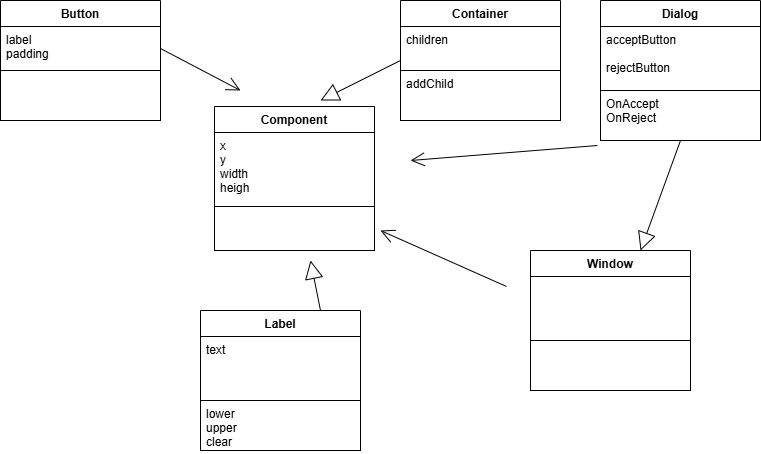
Before: prevgo/drawio.png, a diagram exported from draw.io (hashiprobr-classroom/aps-5-aps5-hg). Source tidied: cells renumbered, new cells last; positions are measured from the earlier drawing's top-left corner, leaving out a move shared by most shapes.
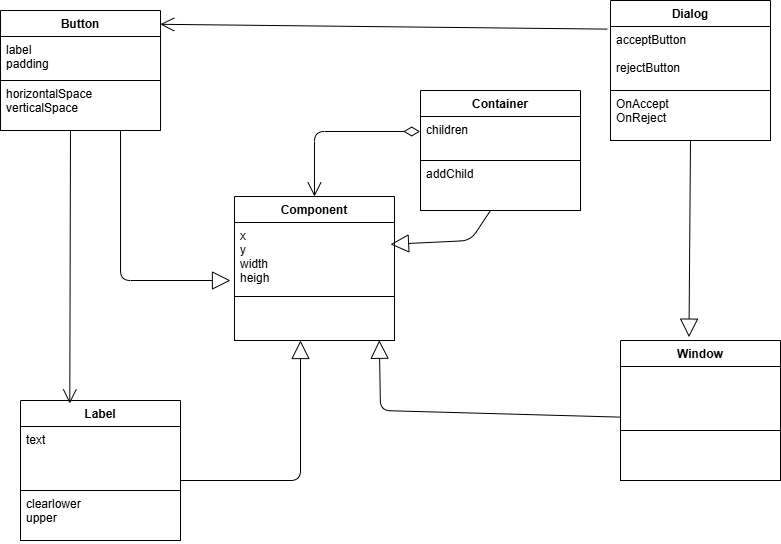
The same diagram one commit later.

Diff of the diagram source:
```diff
@@ -3,22 +3,17 @@
     <mxCell id="0" />
     <mxCell id="1" parent="0" />
     <mxCell id="2" value="Button" style="swimlane;fontStyle=1;align=center;verticalAlign=top;horizontal=1;startSize=26;fontColor=#000000;strokeColor=#000000;fillColor=#FFFFFF;" parent="1" vertex="1">
-      <mxGeometry width="160" height="120" as="geometry" />
+      <mxGeometry x="-20" y="-80" width="160" height="120" as="geometry" />
     </mxCell>
     <mxCell id="3" value="label &#10;padding" style="text;strokeColor=#000000;fillColor=#FFFFFF;align=left;verticalAlign=top;spacingLeft=4;spacingRight=4;overflow=hidden;points=[[0,0.5],[1,0.5]];portConstraint=eastwest;fontColor=#000000;" parent="2" vertex="1">
       <mxGeometry y="26" width="160" height="44" as="geometry" />
     </mxCell>
-    <mxCell id="4" style="text;strokeColor=#000000;fillColor=#FFFFFF;align=left;verticalAlign=top;spacingLeft=4;spacingRight=4;overflow=hidden;fontColor=#000000;" parent="2" vertex="1">
+    <mxCell id="4" value="horizontalSpace&#10;verticalSpace" style="text;strokeColor=#000000;fillColor=#FFFFFF;align=left;verticalAlign=top;spacingLeft=4;spacingRight=4;overflow=hidden;fontColor=#000000;" parent="2" vertex="1">
       <mxGeometry y="70" width="160" height="50" as="geometry" />
     </mxCell>
     <mxCell id="5" value="Component" style="swimlane;fontStyle=1;align=center;verticalAlign=top;horizontal=1;startSize=26;fontColor=#000000;strokeColor=#000000;fillColor=#FFFFFF;" parent="1" vertex="1">
       <mxGeometry x="214" y="106" width="160" height="144" as="geometry" />
     </mxCell>
-    <mxCell id="6" style="endArrow=block;endSize=16;endFill=0;html=1;strokeColor=#000000;fontColor=#000000;labelBackgroundColor=#FFFFFF;exitX=0;exitY=0.5;exitDx=0;exitDy=0;" parent="5" edge="1" source="9">
-      <mxGeometry relative="1" as="geometry">
-        <mxPoint x="106" y="-6" as="targetPoint" />
-      </mxGeometry>
-    </mxCell>
     <mxCell id="7" value="x&#10;y&#10;width&#10;heigh" style="text;strokeColor=#000000;fillColor=#FFFFFF;align=left;verticalAlign=top;spacingLeft=4;spacingRight=4;overflow=hidden;points=[[0,0.5],[1,0.5]];portConstraint=eastwest;fontColor=#000000;" parent="5" vertex="1">
       <mxGeometry y="26" width="160" height="74" as="geometry" />
     </mxCell>
@@ -35,7 +30,7 @@
       <mxGeometry y="70" width="160" height="50" as="geometry" />
     </mxCell>
     <mxCell id="12" value="Dialog" style="swimlane;fontStyle=1;align=center;verticalAlign=top;horizontal=1;startSize=26;fontColor=#000000;strokeColor=#000000;fillColor=#FFFFFF;" parent="1" vertex="1">
-      <mxGeometry x="600" width="160" height="140" as="geometry" />
+      <mxGeometry x="590" y="-90" width="160" height="140" as="geometry" />
     </mxCell>
     <mxCell id="13" value="acceptButton&#10;&#10;rejectButton" style="text;strokeColor=#000000;fillColor=#FFFFFF;align=left;verticalAlign=top;spacingLeft=4;spacingRight=4;overflow=hidden;points=[[0,0.5],[1,0.5]];portConstraint=eastwest;fontColor=#000000;" parent="12" vertex="1">
       <mxGeometry y="26" width="160" height="64" as="geometry" />
@@ -43,13 +38,8 @@
     <mxCell id="14" value="OnAccept&#10;OnReject" style="text;strokeColor=#000000;fillColor=#FFFFFF;align=left;verticalAlign=top;spacingLeft=4;spacingRight=4;overflow=hidden;points=[[0,0.5],[1,0.5]];portConstraint=eastwest;fontColor=#000000;" parent="12" vertex="1">
       <mxGeometry y="90" width="160" height="50" as="geometry" />
     </mxCell>
-    <mxCell id="15" style="endArrow=open;endFill=1;endSize=12;html=1;fontColor=#000000;strokeColor=#000000;exitX=1;exitY=0.5;exitDx=0;exitDy=0;" parent="1" edge="1" source="3">
-      <mxGeometry relative="1" as="geometry">
-        <mxPoint x="240" y="90" as="targetPoint" />
-      </mxGeometry>
-    </mxCell>
     <mxCell id="16" value="Window" style="swimlane;fontStyle=1;align=center;verticalAlign=top;horizontal=1;startSize=26;fontColor=#000000;strokeColor=#000000;fillColor=#FFFFFF;" parent="1" vertex="1">
-      <mxGeometry x="530" y="250" width="160" height="140" as="geometry" />
+      <mxGeometry x="600" y="250" width="160" height="140" as="geometry" />
     </mxCell>
     <mxCell id="17" style="text;strokeColor=#000000;fillColor=#FFFFFF;align=left;verticalAlign=top;spacingLeft=4;spacingRight=4;overflow=hidden;points=[[0,0.5],[1,0.5]];portConstraint=eastwest;fontColor=#000000;" parent="16" vertex="1">
       <mxGeometry y="26" width="160" height="64" as="geometry" />
@@ -58,34 +48,59 @@
       <mxGeometry y="90" width="160" height="50" as="geometry" />
     </mxCell>
     <mxCell id="19" value="Label" style="swimlane;fontStyle=1;align=center;verticalAlign=top;horizontal=1;startSize=26;fontColor=#000000;strokeColor=#000000;fillColor=#FFFFFF;" parent="1" vertex="1">
-      <mxGeometry x="200" y="310" width="160" height="140" as="geometry" />
+      <mxGeometry y="310" width="160" height="140" as="geometry" />
     </mxCell>
     <mxCell id="20" value="text" style="text;strokeColor=#000000;fillColor=#FFFFFF;align=left;verticalAlign=top;spacingLeft=4;spacingRight=4;overflow=hidden;fontColor=#000000;" parent="19" vertex="1">
       <mxGeometry y="26" width="160" height="64" as="geometry" />
     </mxCell>
-    <mxCell id="21" value="lower&#10;upper &#10;clear" style="text;strokeColor=#000000;fillColor=#FFFFFF;align=left;verticalAlign=top;spacingLeft=4;spacingRight=4;overflow=hidden;fontColor=#000000;" parent="19" vertex="1">
+    <mxCell id="21" value="clearlower&#10;upper &#10;" style="text;strokeColor=#000000;fillColor=#FFFFFF;align=left;verticalAlign=top;spacingLeft=4;spacingRight=4;overflow=hidden;fontColor=#000000;" parent="19" vertex="1">
       <mxGeometry y="90" width="160" height="50" as="geometry" />
     </mxCell>
-    <mxCell id="22" style="endArrow=block;endSize=16;endFill=0;html=1;strokeColor=#000000;fontColor=#000000;labelBackgroundColor=#FFFFFF;exitX=0.5;exitY=1;exitDx=0;exitDy=0;" parent="1" edge="1" source="12">
-      <mxGeometry relative="1" as="geometry">
-        <mxPoint x="640" y="250" as="targetPoint" />
-      </mxGeometry>
+    <mxCell id="22" style="endArrow=block;endSize=16;endFill=0;html=1;strokeColor=#000000;fontColor=#000000;labelBackgroundColor=#FFFFFF;exitX=0.5;exitY=1;exitDx=0;exitDy=0;entryX=0.428;entryY=-0.024;entryDx=0;entryDy=0;entryPerimeter=0;" parent="1" edge="1" source="12" target="16">
+      <mxGeometry relative="1" as="geometry" />
     </mxCell>
-    <mxCell id="23" style="endArrow=open;endFill=1;endSize=12;html=1;fontColor=#000000;strokeColor=#000000;entryX=1;entryY=0.75;entryDx=0;entryDy=0;" parent="1" edge="1">
-      <mxGeometry relative="1" as="geometry">
-        <mxPoint x="506" y="286" as="sourcePoint" />
-        <mxPoint x="380" y="230" as="targetPoint" />
-      </mxGeometry>
-    </mxCell>
-    <mxCell id="24" style="endArrow=open;endFill=1;endSize=12;html=1;fontColor=#000000;strokeColor=#000000;exitX=-0.019;exitY=1.1;exitDx=0;exitDy=0;exitPerimeter=0;" parent="1" edge="1" source="14">
-      <mxGeometry relative="1" as="geometry">
-        <mxPoint x="410" y="160" as="targetPoint" />
-      </mxGeometry>
-    </mxCell>
-    <mxCell id="25" style="endArrow=block;endSize=16;endFill=0;html=1;strokeColor=#000000;fontColor=#000000;labelBackgroundColor=#FFFFFF;exitX=0.75;exitY=0;exitDx=0;exitDy=0;" parent="1" edge="1" source="19">
+    <mxCell id="25" style="endArrow=block;endSize=16;endFill=0;html=1;strokeColor=#000000;fontColor=#000000;labelBackgroundColor=#FFFFFF;" parent="1" edge="1">
       <mxGeometry relative="1" as="geometry">
-        <mxPoint x="310" y="260" as="targetPoint" />
+        <mxPoint x="160" y="390" as="sourcePoint" />
+        <mxPoint x="280" y="250" as="targetPoint" />
+        <Array as="points">
+          <mxPoint x="280" y="390" />
+        </Array>
       </mxGeometry>
     </mxCell>
+    <mxCell id="26" style="endArrow=block;endSize=16;endFill=0;html=1;strokeColor=#000000;fontColor=#000000;labelBackgroundColor=#FFFFFF;exitX=0.75;exitY=1;exitDx=0;exitDy=0;" parent="1" edge="1" source="2">
+      <mxGeometry relative="1" as="geometry">
+        <mxPoint x="210" y="190" as="targetPoint" />
+        <Array as="points">
+          <mxPoint x="100" y="190" />
+        </Array>
+      </mxGeometry>
+    </mxCell>
+    <mxCell id="27" style="endArrow=open;endFill=1;endSize=12;html=1;fontColor=#000000;strokeColor=#000000;entryX=0.308;entryY=0.021;entryDx=0;entryDy=0;entryPerimeter=0;" parent="1" edge="1" target="19">
+      <mxGeometry relative="1" as="geometry">
+        <mxPoint x="50" y="40" as="sourcePoint" />
+      </mxGeometry>
+    </mxCell>
+    <mxCell id="28" style="endArrow=open;endFill=1;endSize=12;html=1;fontColor=#000000;strokeColor=#000000;entryX=0.998;entryY=0.115;entryDx=0;entryDy=0;entryPerimeter=0;exitX=-0.02;exitY=0.041;exitDx=0;exitDy=0;exitPerimeter=0;" parent="1" edge="1" source="13" target="2">
+      <mxGeometry relative="1" as="geometry" />
+    </mxCell>
+    <mxCell id="29" style="endArrow=block;endSize=16;endFill=0;html=1;strokeColor=#000000;fontColor=#000000;labelBackgroundColor=#FFFFFF;entryX=0.905;entryY=0.995;entryDx=0;entryDy=0;exitX=-0.002;exitY=0.791;exitDx=0;exitDy=0;entryPerimeter=0;exitPerimeter=0;" parent="1" edge="1" source="17" target="8">
+      <mxGeometry relative="1" as="geometry">
+        <Array as="points">
+          <mxPoint x="360" y="320" />
+        </Array>
+      </mxGeometry>
+    </mxCell>
+    <mxCell id="30" style="endArrow=open;html=1;endSize=12;startArrow=diamondThin;startSize=14;startFill=0;edgeStyle=orthogonalEdgeStyle;align=left;verticalAlign=bottom;fontColor=#000000;strokeColor=#000000;exitX=-0.002;exitY=0.341;exitDx=0;exitDy=0;exitPerimeter=0;entryX=0.5;entryY=0;entryDx=0;entryDy=0;" parent="1" edge="1" source="10" target="5">
+      <mxGeometry x="-1" y="3" relative="1" as="geometry" />
+    </mxCell>
+    <mxCell id="6" style="endArrow=block;endSize=16;endFill=0;html=1;strokeColor=#000000;fontColor=#000000;labelBackgroundColor=#FFFFFF;entryX=0.975;entryY=0.295;entryDx=0;entryDy=0;entryPerimeter=0;" parent="1" edge="1" target="7">
+      <mxGeometry relative="1" as="geometry">
+        <mxPoint x="470" y="120" as="sourcePoint" />
+        <Array as="points">
+          <mxPoint x="450" y="150" />
+        </Array>
+      </mxGeometry>
+    </mxCell>
   </root>
 </mxGraphModel>
```
